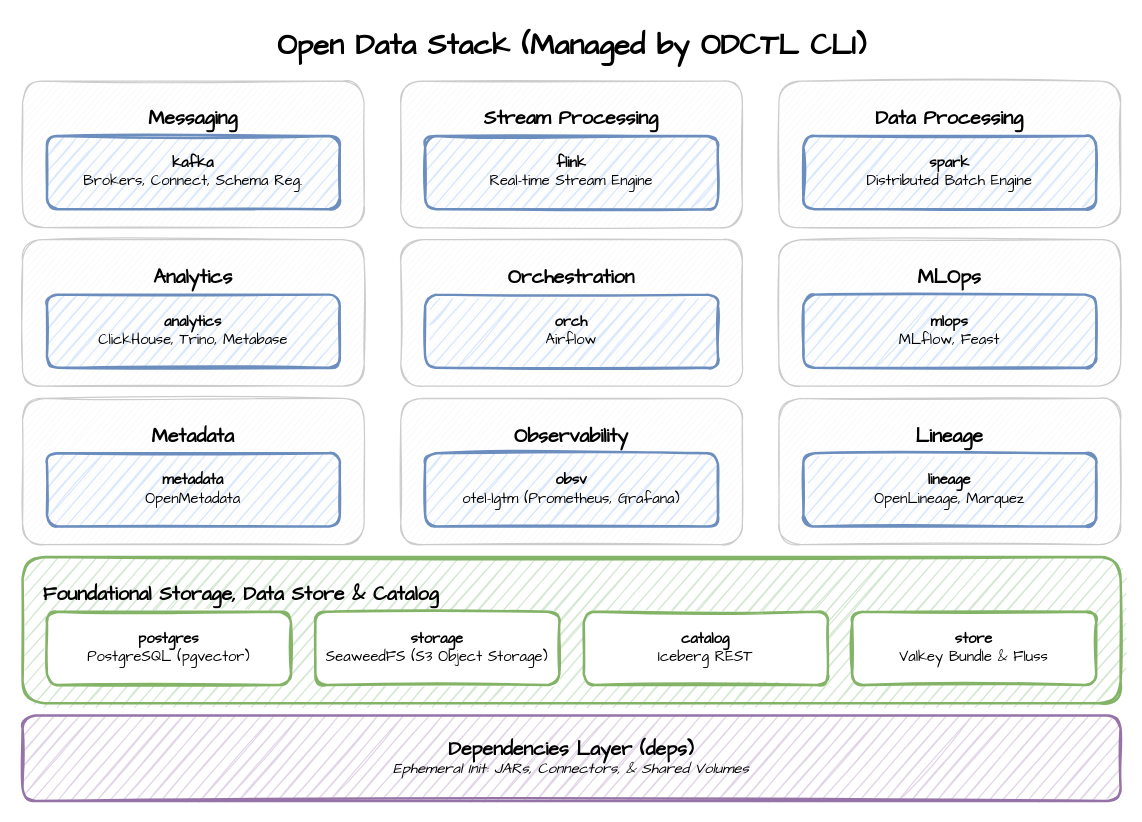
This is image/diagram.drawio from jaehyeon-kim/odctl, a draw.io file, before an edit. Source tidied: cells renumbered, new cells numbered last; positions are measured from the earlier drawing's top-left corner, leaving out a move shared by most shapes. Both pictures are drawn from the tidied source at 122%, with x=0, y=0 at pixel (22, 21).
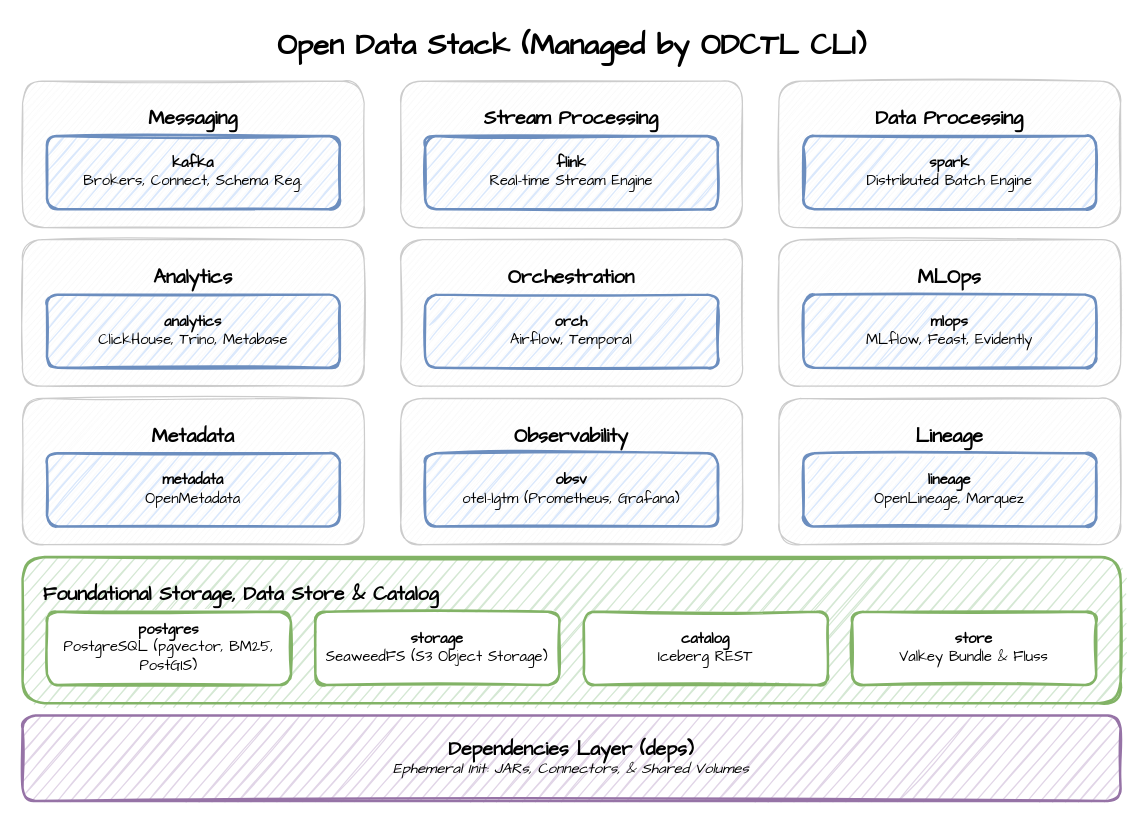
The same diagram, later.

What changed in the source:
```diff
@@
-    <mxCell id="12" value="&lt;b&gt;orch&lt;/b&gt;&lt;br&gt;Airflow" style="rounded=1;whiteSpace=wrap;html=1;sketch=1;fillColor=#dae8fc;strokeColor=#6c8ebf;strokeWidth=2;fontFamily=Comic Sans MS;" parent="1" vertex="1">
+    <mxCell id="12" value="&lt;b&gt;orch&lt;/b&gt;&lt;br&gt;Airflow, Temporal" style="rounded=1;whiteSpace=wrap;html=1;sketch=1;fillColor=#dae8fc;strokeColor=#6c8ebf;strokeWidth=2;fontFamily=Comic Sans MS;" parent="1" vertex="1">
       <mxGeometry x="330" y="224" width="240" height="60" as="geometry" />
     </mxCell>
@@
-    <mxCell id="14" value="&lt;b&gt;mlops&lt;/b&gt;&lt;br&gt;MLflow, Feast" style="rounded=1;whiteSpace=wrap;html=1;sketch=1;fillColor=#dae8fc;strokeColor=#6c8ebf;strokeWidth=2;fontFamily=Comic Sans MS;" parent="1" vertex="1">
+    <mxCell id="14" value="&lt;b&gt;mlops&lt;/b&gt;&lt;br&gt;MLflow, Feast, Evidently" style="rounded=1;whiteSpace=wrap;html=1;sketch=1;fillColor=#dae8fc;strokeColor=#6c8ebf;strokeWidth=2;fontFamily=Comic Sans MS;" parent="1" vertex="1">
       <mxGeometry x="640" y="224" width="240" height="60" as="geometry" />
     </mxCell>
@@
-    <mxCell id="22" value="&lt;b&gt;postgres&lt;/b&gt;&lt;br&gt;PostgreSQL (pgvector)" style="rounded=1;whiteSpace=wrap;html=1;sketch=1;fillColor=#ffffff;strokeColor=#82b366;strokeWidth=2;fontFamily=Comic Sans MS;" parent="1" vertex="1">
+    <mxCell id="22" value="&lt;b&gt;postgres&lt;/b&gt;&lt;br&gt;PostgreSQL (pgvector, BM25, PostGIS)" style="rounded=1;whiteSpace=wrap;html=1;sketch=1;fillColor=#ffffff;strokeColor=#82b366;strokeWidth=2;fontFamily=Comic Sans MS;" parent="1" vertex="1">
       <mxGeometry x="20" y="484" width="200" height="60" as="geometry" />
     </mxCell>
```
